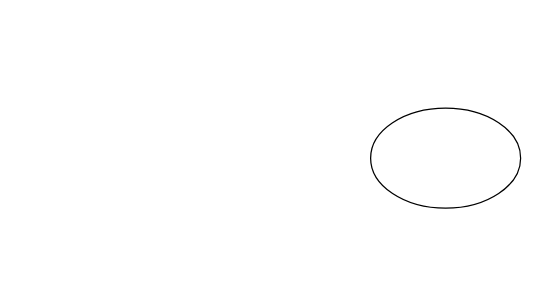
Earlier version of the draw.io diagram drawio/名称未設定ファイル.drawio (NaokiHujii/NaokiHujii). Source tidied: cells renumbered, new cells numbered last; positions are measured from the earlier drawing's top-left corner, leaving out a move shared by most shapes. Both pictures are drawn from the tidied source at 125%, with x=0, y=0 at pixel (370, 108).
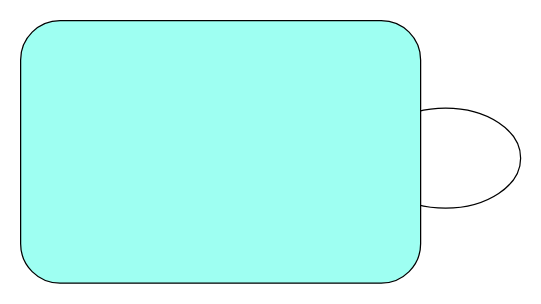
The same page after the edit.

Commit message (it also covers changes not shown here):
名称未設定ファイル.drawio を更新します

Diff of the diagram source:
```diff
@@
 <mxGraphModel>
   <root>
     <mxCell id="0" />
     <mxCell id="1" parent="0" />
     <mxCell id="2" style="ellipse;whiteSpace=wrap;html=1;" parent="1" vertex="1">
       <mxGeometry width="120" height="80" as="geometry" />
     </mxCell>
+    <mxCell id="3" style="rounded=1;whiteSpace=wrap;html=1;fillColor=#9EFFF2;" parent="1" vertex="1">
+      <mxGeometry x="-280" y="-70" width="320" height="210" as="geometry" />
+    </mxCell>
   </root>
 </mxGraphModel>
```
